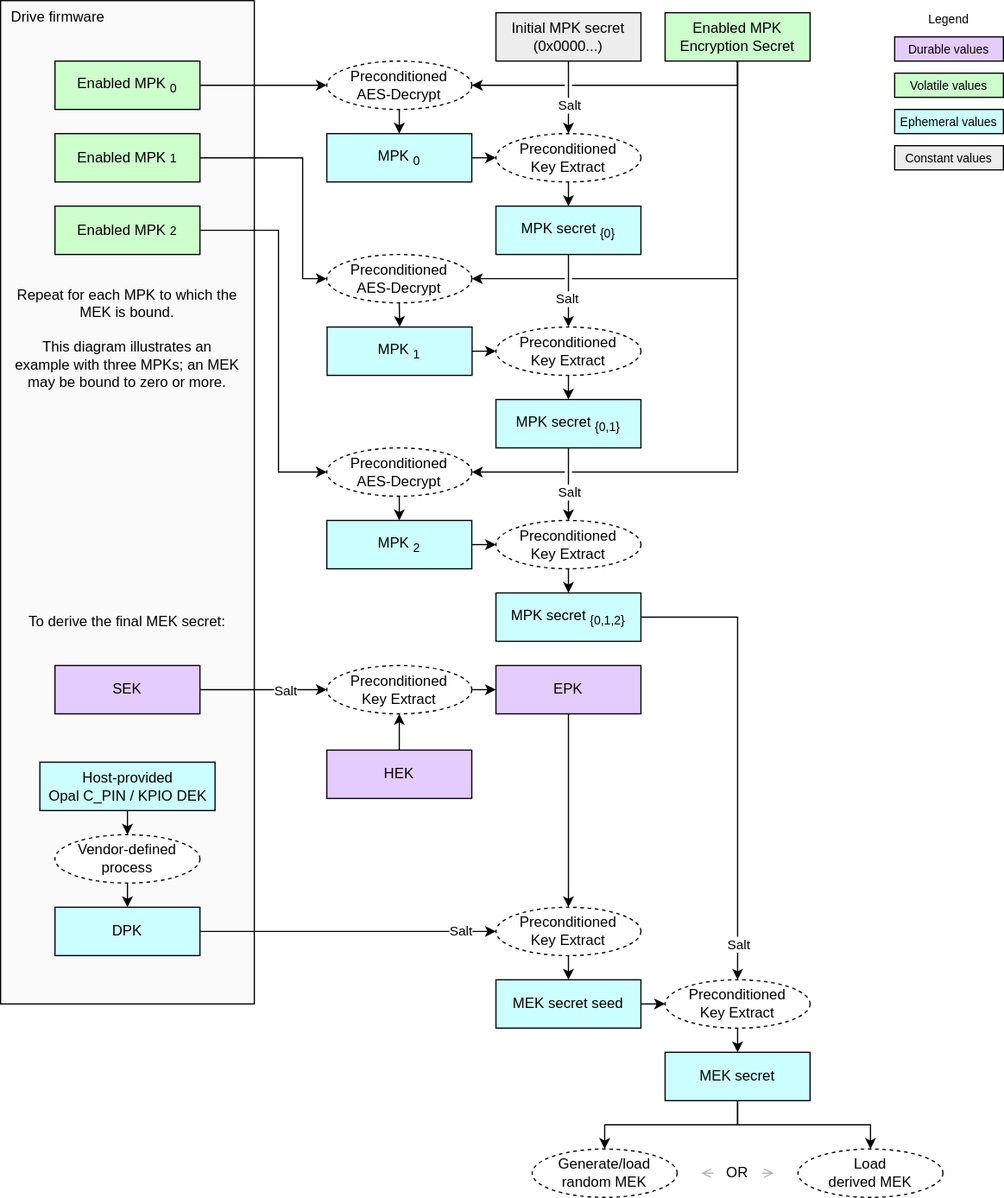
This is doc/ocp_lock/diagrams/mek_secret_derivation.drawio.svg from chipsalliance/Caliptra, a draw.io export, as it was before one commit. Source tidied: cells renumbered, new cells last; positions are measured from the earlier drawing's top-left corner, leaving out a move shared by most shapes.
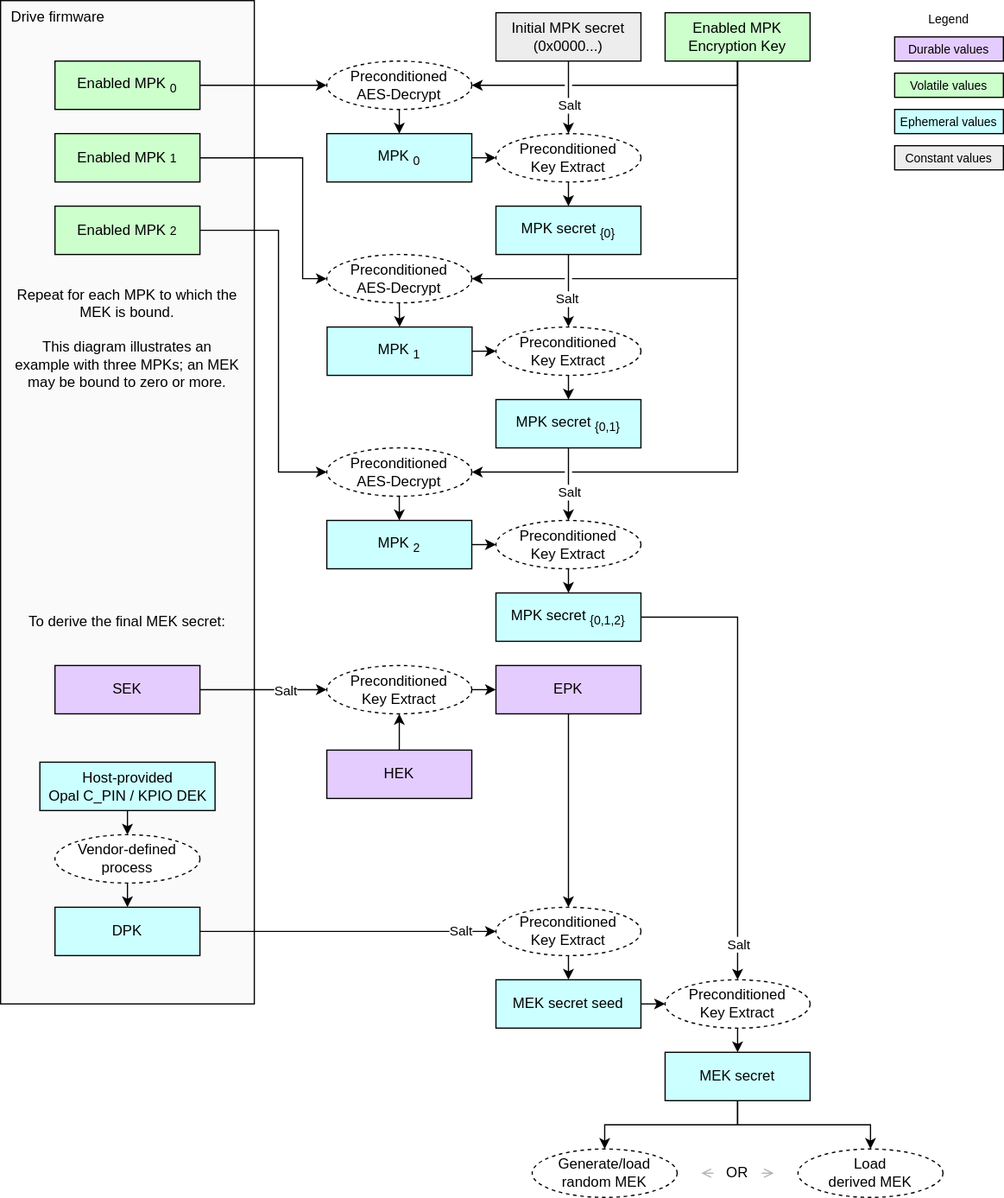
The same file after the commit.

Diff of the diagram source:
```diff
@@ -20,7 +20,7 @@
     <mxCell id="7" value="&lt;div&gt;&lt;font color=&quot;#000000&quot;&gt;Enabled MPK&lt;sub&gt;0&lt;/sub&gt;&lt;/font&gt;&lt;/div&gt;" style="rounded=0;whiteSpace=wrap;html=1;align=center;verticalAlign=middle;shadow=0;glass=0;spacingLeft=0;spacingBottom=0;spacingTop=0;fillColor=#CCFFCC;" parent="1" vertex="1">
       <mxGeometry x="45" y="50" width="120" height="40" as="geometry" />
     </mxCell>
-    <mxCell id="8" value="&lt;div&gt;&lt;font color=&quot;#000000&quot;&gt;Enabled&amp;nbsp;&lt;span style=&quot;color: rgb(0, 0, 0);&quot;&gt;MPK&lt;/span&gt;&lt;/font&gt;&lt;/div&gt;&lt;div&gt;&lt;font color=&quot;#000000&quot;&gt;Encryption Secret&lt;/font&gt;&lt;/div&gt;" style="rounded=0;whiteSpace=wrap;html=1;align=center;verticalAlign=middle;shadow=0;glass=0;spacingLeft=0;spacingBottom=0;spacingTop=0;fillColor=#CCFFCC;" parent="1" vertex="1">
+    <mxCell id="8" value="&lt;div&gt;&lt;font color=&quot;#000000&quot;&gt;Enabled&amp;nbsp;&lt;span style=&quot;color: rgb(0, 0, 0);&quot;&gt;MPK&lt;/span&gt;&lt;/font&gt;&lt;/div&gt;&lt;div&gt;&lt;font color=&quot;#000000&quot;&gt;Encryption Key&lt;/font&gt;&lt;/div&gt;" style="rounded=0;whiteSpace=wrap;html=1;align=center;verticalAlign=middle;shadow=0;glass=0;spacingLeft=0;spacingBottom=0;spacingTop=0;fillColor=#CCFFCC;" parent="1" vertex="1">
       <mxGeometry x="550" y="10" width="120" height="40" as="geometry" />
     </mxCell>
     <mxCell id="9" value="Preconditioned&lt;div&gt;AES-Decrypt&lt;/div&gt;" style="ellipse;whiteSpace=wrap;html=1;fillColor=#FFFFFF;dashed=1;" parent="1" vertex="1">
```
